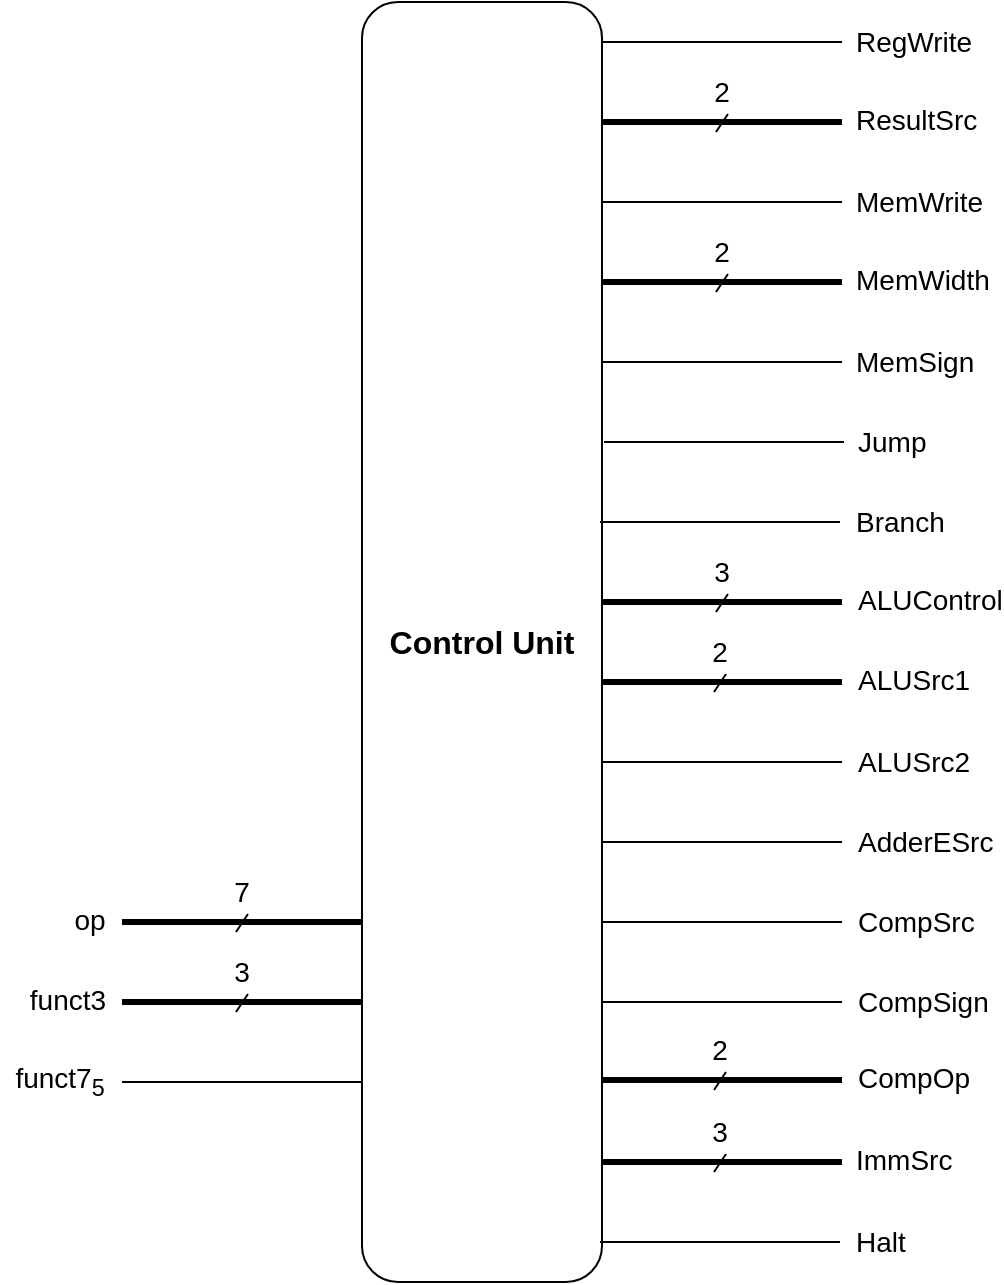
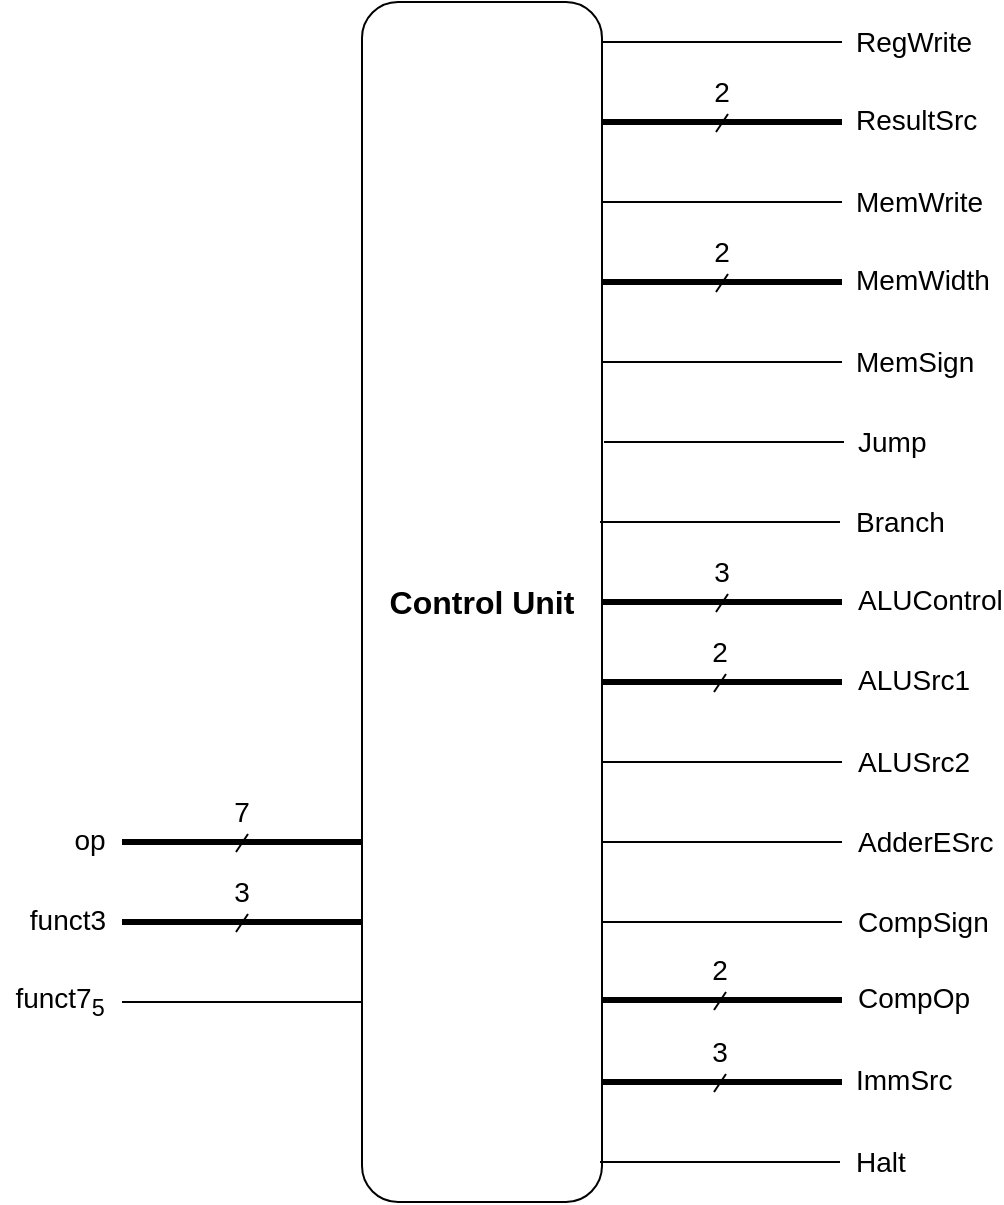
<mxfile host="app.diagrams.net">
  <diagram name="Page-1" id="-NnfKiJvbPKrT3zgwIyx">
-     <mxGraphModel dx="1178" dy="720" grid="1" gridSize="10" guides="1" tooltips="1" connect="1" arrows="1" fold="1" page="1" pageScale="1" pageWidth="850" pageHeight="1100" math="0" shadow="0">
+     <mxGraphModel dx="851" dy="520" grid="1" gridSize="10" guides="1" tooltips="1" connect="1" arrows="1" fold="1" page="1" pageScale="1" pageWidth="850" pageHeight="1100" math="0" shadow="0">
      <root>
        <mxCell id="0" />
        <mxCell id="1" parent="0" />
        <mxCell id="krjnHVCNeh8fbVdGnYjQ-1" parent="1" style="rounded=1;whiteSpace=wrap;html=1;" value="&lt;font style=&quot;font-size: 16px;&quot;&gt;&lt;b&gt;Control Unit&lt;/b&gt;&lt;/font&gt;" vertex="1">
-           <mxGeometry height="640" width="120" x="340" y="20" as="geometry" />
+           <mxGeometry height="600" width="120" x="340" y="60" as="geometry" />
        </mxCell>
        <mxCell id="krjnHVCNeh8fbVdGnYjQ-13" connectable="0" parent="1" style="group" value="" vertex="1">
          <mxGeometry height="44" width="140" x="170" y="450" as="geometry" />
        </mxCell>
        <mxCell id="krjnHVCNeh8fbVdGnYjQ-2" edge="1" parent="krjnHVCNeh8fbVdGnYjQ-13" style="endArrow=none;html=1;rounded=0;strokeWidth=3;" value="">
          <mxGeometry height="50" relative="1" width="50" as="geometry">
            <mxPoint x="50" y="30" as="sourcePoint" />
            <mxPoint x="170" y="30" as="targetPoint" />
          </mxGeometry>
        </mxCell>
        <mxCell id="krjnHVCNeh8fbVdGnYjQ-5" parent="krjnHVCNeh8fbVdGnYjQ-13" style="text;html=1;whiteSpace=wrap;strokeColor=none;fillColor=none;align=center;verticalAlign=middle;rounded=0;fontSize=14;" value="&lt;font&gt;op&lt;/font&gt;" vertex="1">
          <mxGeometry height="30" width="60" x="4" y="14" as="geometry" />
        </mxCell>
        <mxCell id="krjnHVCNeh8fbVdGnYjQ-7" parent="krjnHVCNeh8fbVdGnYjQ-13" style="text;html=1;whiteSpace=wrap;strokeColor=none;fillColor=none;align=center;verticalAlign=middle;rounded=0;" value="&lt;font style=&quot;font-size: 14px;&quot;&gt;7&lt;/font&gt;" vertex="1">
          <mxGeometry height="30" width="60" x="80" as="geometry" />
        </mxCell>
        <mxCell id="krjnHVCNeh8fbVdGnYjQ-10" edge="1" parent="krjnHVCNeh8fbVdGnYjQ-13" style="endArrow=none;html=1;rounded=0;strokeWidth=1;" value="">
          <mxGeometry height="50" relative="1" width="50" as="geometry">
            <mxPoint x="107" y="35" as="sourcePoint" />
            <mxPoint x="113" y="26" as="targetPoint" />
          </mxGeometry>
        </mxCell>
        <mxCell id="krjnHVCNeh8fbVdGnYjQ-14" connectable="0" parent="1" style="group" value="" vertex="1">
          <mxGeometry height="44" width="140" x="170" y="490" as="geometry" />
        </mxCell>
        <mxCell id="krjnHVCNeh8fbVdGnYjQ-15" edge="1" parent="krjnHVCNeh8fbVdGnYjQ-14" style="endArrow=none;html=1;rounded=0;strokeWidth=3;" value="">
          <mxGeometry height="50" relative="1" width="50" as="geometry">
            <mxPoint x="50" y="30" as="sourcePoint" />
            <mxPoint x="170" y="30" as="targetPoint" />
          </mxGeometry>
        </mxCell>
        <mxCell id="krjnHVCNeh8fbVdGnYjQ-16" parent="krjnHVCNeh8fbVdGnYjQ-14" style="text;html=1;whiteSpace=wrap;strokeColor=none;fillColor=none;align=center;verticalAlign=middle;rounded=0;fontSize=14;" value="&lt;font&gt;funct3&lt;/font&gt;" vertex="1">
          <mxGeometry height="30" width="60" x="-7" y="14" as="geometry" />
        </mxCell>
        <mxCell id="krjnHVCNeh8fbVdGnYjQ-17" parent="krjnHVCNeh8fbVdGnYjQ-14" style="text;html=1;whiteSpace=wrap;strokeColor=none;fillColor=none;align=center;verticalAlign=middle;rounded=0;" value="&lt;font style=&quot;font-size: 14px;&quot;&gt;3&lt;/font&gt;" vertex="1">
          <mxGeometry height="30" width="60" x="80" as="geometry" />
        </mxCell>
        <mxCell id="krjnHVCNeh8fbVdGnYjQ-18" edge="1" parent="krjnHVCNeh8fbVdGnYjQ-14" style="endArrow=none;html=1;rounded=0;strokeWidth=1;" value="">
          <mxGeometry height="50" relative="1" width="50" as="geometry">
            <mxPoint x="107" y="35" as="sourcePoint" />
            <mxPoint x="113" y="26" as="targetPoint" />
          </mxGeometry>
        </mxCell>
        <mxCell id="krjnHVCNeh8fbVdGnYjQ-19" connectable="0" parent="1" style="group" value="" vertex="1">
          <mxGeometry height="44" width="140" x="170" y="530" as="geometry" />
        </mxCell>
        <mxCell id="krjnHVCNeh8fbVdGnYjQ-20" edge="1" parent="krjnHVCNeh8fbVdGnYjQ-19" style="endArrow=none;html=1;rounded=0;strokeWidth=1;" value="">
          <mxGeometry height="50" relative="1" width="50" as="geometry">
            <mxPoint x="50" y="30" as="sourcePoint" />
            <mxPoint x="170" y="30" as="targetPoint" />
          </mxGeometry>
        </mxCell>
        <mxCell id="krjnHVCNeh8fbVdGnYjQ-21" parent="krjnHVCNeh8fbVdGnYjQ-19" style="text;html=1;whiteSpace=wrap;strokeColor=none;fillColor=none;align=center;verticalAlign=middle;rounded=0;fontSize=14;" value="&lt;font&gt;funct7&lt;sub&gt;5&lt;/sub&gt;&lt;/font&gt;" vertex="1">
          <mxGeometry height="30" width="60" x="-11" y="14" as="geometry" />
        </mxCell>
        <mxCell id="krjnHVCNeh8fbVdGnYjQ-29" parent="1" style="text;html=1;whiteSpace=wrap;strokeColor=none;fillColor=none;align=left;verticalAlign=middle;rounded=0;fontSize=14;" value="&lt;font&gt;ResultSrc&lt;/font&gt;" vertex="1">
-           <mxGeometry height="30" width="60" x="585" y="64" as="geometry" />
+           <mxGeometry height="30" width="60" x="585" y="104" as="geometry" />
        </mxCell>
        <mxCell id="krjnHVCNeh8fbVdGnYjQ-32" connectable="0" parent="1" style="group" value="" vertex="1">
-           <mxGeometry height="30" width="60" x="490" y="50" as="geometry" />
+           <mxGeometry height="30" width="60" x="490" y="90" as="geometry" />
        </mxCell>
        <mxCell id="krjnHVCNeh8fbVdGnYjQ-28" edge="1" parent="krjnHVCNeh8fbVdGnYjQ-32" style="endArrow=none;html=1;rounded=0;strokeWidth=3;" value="">
          <mxGeometry height="50" relative="1" width="50" as="geometry">
            <mxPoint x="-30" y="30" as="sourcePoint" />
            <mxPoint x="90" y="30" as="targetPoint" />
          </mxGeometry>
        </mxCell>
        <mxCell id="krjnHVCNeh8fbVdGnYjQ-30" parent="krjnHVCNeh8fbVdGnYjQ-32" style="text;html=1;whiteSpace=wrap;strokeColor=none;fillColor=none;align=center;verticalAlign=middle;rounded=0;" value="&lt;font style=&quot;font-size: 14px;&quot;&gt;2&lt;/font&gt;" vertex="1">
          <mxGeometry height="30" width="60" as="geometry" />
        </mxCell>
        <mxCell id="krjnHVCNeh8fbVdGnYjQ-31" edge="1" parent="krjnHVCNeh8fbVdGnYjQ-32" style="endArrow=none;html=1;rounded=0;strokeWidth=1;" value="">
          <mxGeometry height="50" relative="1" width="50" as="geometry">
            <mxPoint x="27" y="35" as="sourcePoint" />
            <mxPoint x="33" y="26" as="targetPoint" />
          </mxGeometry>
        </mxCell>
        <mxCell id="krjnHVCNeh8fbVdGnYjQ-34" connectable="0" parent="1" style="group" value="" vertex="1">
-           <mxGeometry height="30" width="60" x="586" y="25" as="geometry" />
+           <mxGeometry height="30" width="60" x="586" y="65" as="geometry" />
        </mxCell>
        <mxCell id="krjnHVCNeh8fbVdGnYjQ-25" edge="1" parent="krjnHVCNeh8fbVdGnYjQ-34" style="endArrow=none;html=1;rounded=0;strokeWidth=1;" value="">
          <mxGeometry height="50" relative="1" width="50" as="geometry">
            <mxPoint x="-126" y="15" as="sourcePoint" />
            <mxPoint x="-6" y="15" as="targetPoint" />
          </mxGeometry>
        </mxCell>
        <mxCell id="krjnHVCNeh8fbVdGnYjQ-26" parent="krjnHVCNeh8fbVdGnYjQ-34" style="text;html=1;whiteSpace=wrap;strokeColor=none;fillColor=none;align=center;verticalAlign=middle;rounded=0;fontSize=14;" value="RegWrite" vertex="1">
          <mxGeometry height="30" width="60" as="geometry" />
        </mxCell>
        <mxCell id="krjnHVCNeh8fbVdGnYjQ-35" connectable="0" parent="1" style="group;align=left;" value="" vertex="1">
-           <mxGeometry height="30" width="60" x="585" y="105" as="geometry" />
+           <mxGeometry height="30" width="60" x="585" y="145" as="geometry" />
        </mxCell>
        <mxCell id="krjnHVCNeh8fbVdGnYjQ-36" edge="1" parent="krjnHVCNeh8fbVdGnYjQ-35" style="endArrow=none;html=1;rounded=0;strokeWidth=1;" value="">
          <mxGeometry height="50" relative="1" width="50" as="geometry">
            <mxPoint x="-125" y="15" as="sourcePoint" />
            <mxPoint x="-5" y="15" as="targetPoint" />
          </mxGeometry>
        </mxCell>
        <mxCell id="krjnHVCNeh8fbVdGnYjQ-37" parent="krjnHVCNeh8fbVdGnYjQ-35" style="text;html=1;whiteSpace=wrap;strokeColor=none;fillColor=none;align=left;verticalAlign=middle;rounded=0;fontSize=14;" value="MemWrite" vertex="1">
          <mxGeometry height="30" width="60" as="geometry" />
        </mxCell>
        <mxCell id="krjnHVCNeh8fbVdGnYjQ-38" connectable="0" parent="1" style="group;align=left;" value="" vertex="1">
-           <mxGeometry height="30" width="60" x="587" y="225" as="geometry" />
+           <mxGeometry height="30" width="60" x="587" y="265" as="geometry" />
        </mxCell>
        <mxCell id="krjnHVCNeh8fbVdGnYjQ-39" edge="1" parent="krjnHVCNeh8fbVdGnYjQ-38" style="endArrow=none;html=1;rounded=0;strokeWidth=1;" value="">
          <mxGeometry height="50" relative="1" width="50" as="geometry">
            <mxPoint x="-126" y="15" as="sourcePoint" />
            <mxPoint x="-6" y="15" as="targetPoint" />
          </mxGeometry>
        </mxCell>
        <mxCell id="krjnHVCNeh8fbVdGnYjQ-40" parent="krjnHVCNeh8fbVdGnYjQ-38" style="text;html=1;whiteSpace=wrap;strokeColor=none;fillColor=none;align=left;verticalAlign=middle;rounded=0;fontSize=14;" value="Jump" vertex="1">
          <mxGeometry height="30" width="60" x="-1" as="geometry" />
        </mxCell>
        <mxCell id="krjnHVCNeh8fbVdGnYjQ-41" connectable="0" parent="1" style="group;align=left;" value="" vertex="1">
-           <mxGeometry height="30" width="60" x="585" y="265" as="geometry" />
+           <mxGeometry height="30" width="60" x="585" y="305" as="geometry" />
        </mxCell>
        <mxCell id="krjnHVCNeh8fbVdGnYjQ-42" edge="1" parent="krjnHVCNeh8fbVdGnYjQ-41" style="endArrow=none;html=1;rounded=0;strokeWidth=1;" value="">
          <mxGeometry height="50" relative="1" width="50" as="geometry">
            <mxPoint x="-126" y="15" as="sourcePoint" />
            <mxPoint x="-6" y="15" as="targetPoint" />
          </mxGeometry>
        </mxCell>
        <mxCell id="krjnHVCNeh8fbVdGnYjQ-43" parent="krjnHVCNeh8fbVdGnYjQ-41" style="text;html=1;whiteSpace=wrap;strokeColor=none;fillColor=none;align=left;verticalAlign=middle;rounded=0;fontSize=14;" value="Branch" vertex="1">
          <mxGeometry height="30" width="60" as="geometry" />
        </mxCell>
        <mxCell id="krjnHVCNeh8fbVdGnYjQ-47" parent="1" style="text;html=1;whiteSpace=wrap;strokeColor=none;fillColor=none;align=left;verticalAlign=middle;rounded=0;fontSize=14;" value="&lt;font&gt;ALUControl&lt;/font&gt;" vertex="1">
-           <mxGeometry height="30" width="60" x="586" y="304" as="geometry" />
+           <mxGeometry height="30" width="60" x="586" y="344" as="geometry" />
        </mxCell>
        <mxCell id="krjnHVCNeh8fbVdGnYjQ-48" connectable="0" parent="1" style="group" value="" vertex="1">
-           <mxGeometry height="30" width="60" x="490" y="290" as="geometry" />
+           <mxGeometry height="30" width="60" x="490" y="330" as="geometry" />
        </mxCell>
        <mxCell id="krjnHVCNeh8fbVdGnYjQ-49" edge="1" parent="krjnHVCNeh8fbVdGnYjQ-48" style="endArrow=none;html=1;rounded=0;strokeWidth=3;" value="">
          <mxGeometry height="50" relative="1" width="50" as="geometry">
            <mxPoint x="-30" y="30" as="sourcePoint" />
            <mxPoint x="90" y="30" as="targetPoint" />
          </mxGeometry>
        </mxCell>
        <mxCell id="krjnHVCNeh8fbVdGnYjQ-50" parent="krjnHVCNeh8fbVdGnYjQ-48" style="text;html=1;whiteSpace=wrap;strokeColor=none;fillColor=none;align=center;verticalAlign=middle;rounded=0;" value="&lt;font style=&quot;font-size: 14px;&quot;&gt;3&lt;/font&gt;" vertex="1">
          <mxGeometry height="30" width="60" as="geometry" />
        </mxCell>
        <mxCell id="krjnHVCNeh8fbVdGnYjQ-51" edge="1" parent="krjnHVCNeh8fbVdGnYjQ-48" style="endArrow=none;html=1;rounded=0;strokeWidth=1;" value="">
          <mxGeometry height="50" relative="1" width="50" as="geometry">
            <mxPoint x="27" y="35" as="sourcePoint" />
            <mxPoint x="33" y="26" as="targetPoint" />
          </mxGeometry>
        </mxCell>
        <mxCell id="krjnHVCNeh8fbVdGnYjQ-55" connectable="0" parent="1" style="group;align=left;" value="" vertex="1">
-           <mxGeometry height="30" width="60" x="586" y="385" as="geometry" />
+           <mxGeometry height="30" width="60" x="586" y="425" as="geometry" />
        </mxCell>
        <mxCell id="krjnHVCNeh8fbVdGnYjQ-56" edge="1" parent="krjnHVCNeh8fbVdGnYjQ-55" style="endArrow=none;html=1;rounded=0;strokeWidth=1;" value="">
          <mxGeometry height="50" relative="1" width="50" as="geometry">
            <mxPoint x="-126" y="15" as="sourcePoint" />
            <mxPoint x="-6" y="15" as="targetPoint" />
          </mxGeometry>
        </mxCell>
        <mxCell id="krjnHVCNeh8fbVdGnYjQ-57" parent="krjnHVCNeh8fbVdGnYjQ-55" style="text;html=1;whiteSpace=wrap;strokeColor=none;fillColor=none;align=left;verticalAlign=middle;rounded=0;fontSize=14;" value="ALUSrc2" vertex="1">
          <mxGeometry height="30" width="60" as="geometry" />
        </mxCell>
        <mxCell id="krjnHVCNeh8fbVdGnYjQ-61" parent="1" style="text;html=1;whiteSpace=wrap;strokeColor=none;fillColor=none;align=left;verticalAlign=middle;rounded=0;fontSize=14;" value="&lt;font&gt;ImmSrc&lt;/font&gt;" vertex="1">
          <mxGeometry height="30" width="60" x="585" y="584" as="geometry" />
        </mxCell>
        <mxCell id="krjnHVCNeh8fbVdGnYjQ-62" connectable="0" parent="1" style="group" value="" vertex="1">
          <mxGeometry height="30" width="60" x="489" y="570" as="geometry" />
        </mxCell>
        <mxCell id="krjnHVCNeh8fbVdGnYjQ-63" edge="1" parent="krjnHVCNeh8fbVdGnYjQ-62" style="endArrow=none;html=1;rounded=0;strokeWidth=3;" value="">
          <mxGeometry height="50" relative="1" width="50" as="geometry">
            <mxPoint x="-29" y="30" as="sourcePoint" />
            <mxPoint x="91" y="30" as="targetPoint" />
          </mxGeometry>
        </mxCell>
        <mxCell id="krjnHVCNeh8fbVdGnYjQ-64" parent="krjnHVCNeh8fbVdGnYjQ-62" style="text;html=1;whiteSpace=wrap;strokeColor=none;fillColor=none;align=center;verticalAlign=middle;rounded=0;" value="&lt;font style=&quot;font-size: 14px;&quot;&gt;3&lt;/font&gt;" vertex="1">
          <mxGeometry height="30" width="60" as="geometry" />
        </mxCell>
        <mxCell id="krjnHVCNeh8fbVdGnYjQ-65" edge="1" parent="krjnHVCNeh8fbVdGnYjQ-62" style="endArrow=none;html=1;rounded=0;strokeWidth=1;" value="">
          <mxGeometry height="50" relative="1" width="50" as="geometry">
            <mxPoint x="27" y="35" as="sourcePoint" />
            <mxPoint x="33" y="26" as="targetPoint" />
          </mxGeometry>
        </mxCell>
        <mxCell id="krjnHVCNeh8fbVdGnYjQ-70" parent="1" style="text;html=1;whiteSpace=wrap;strokeColor=none;fillColor=none;align=left;verticalAlign=middle;rounded=0;fontSize=14;" value="&lt;font&gt;ALUSrc1&lt;/font&gt;" vertex="1">
-           <mxGeometry height="30" width="60" x="586" y="344" as="geometry" />
+           <mxGeometry height="30" width="60" x="586" y="384" as="geometry" />
        </mxCell>
        <mxCell id="krjnHVCNeh8fbVdGnYjQ-71" edge="1" parent="1" style="endArrow=none;html=1;rounded=0;strokeWidth=3;" value="">
          <mxGeometry height="50" relative="1" width="50" as="geometry">
-             <mxPoint x="460" y="360" as="sourcePoint" />
-             <mxPoint x="580" y="360" as="targetPoint" />
+             <mxPoint x="460" y="400" as="sourcePoint" />
+             <mxPoint x="580" y="400" as="targetPoint" />
          </mxGeometry>
        </mxCell>
        <mxCell id="krjnHVCNeh8fbVdGnYjQ-72" parent="1" style="text;html=1;whiteSpace=wrap;strokeColor=none;fillColor=none;align=center;verticalAlign=middle;rounded=0;" value="&lt;font style=&quot;font-size: 14px;&quot;&gt;2&lt;/font&gt;" vertex="1">
-           <mxGeometry height="30" width="60" x="489" y="330" as="geometry" />
+           <mxGeometry height="30" width="60" x="489" y="370" as="geometry" />
        </mxCell>
        <mxCell id="krjnHVCNeh8fbVdGnYjQ-73" edge="1" parent="1" style="endArrow=none;html=1;rounded=0;strokeWidth=1;" value="">
          <mxGeometry height="50" relative="1" width="50" as="geometry">
-             <mxPoint x="516" y="365" as="sourcePoint" />
-             <mxPoint x="522" y="356" as="targetPoint" />
+             <mxPoint x="516" y="405" as="sourcePoint" />
+             <mxPoint x="522" y="396" as="targetPoint" />
          </mxGeometry>
        </mxCell>
        <mxCell id="krjnHVCNeh8fbVdGnYjQ-74" parent="1" style="text;html=1;whiteSpace=wrap;strokeColor=none;fillColor=none;align=left;verticalAlign=middle;rounded=0;fontSize=14;" value="&lt;font&gt;MemWidth&lt;/font&gt;" vertex="1">
-           <mxGeometry height="30" width="60" x="585" y="144" as="geometry" />
+           <mxGeometry height="30" width="60" x="585" y="184" as="geometry" />
        </mxCell>
        <mxCell id="krjnHVCNeh8fbVdGnYjQ-75" edge="1" parent="1" style="endArrow=none;html=1;rounded=0;strokeWidth=3;" value="">
-           <mxGeometry height="50" relative="1" width="50" as="geometry">
-             <mxPoint x="460" y="160" as="sourcePoint" />
-             <mxPoint x="580" y="160" as="targetPoint" />
-           </mxGeometry>
-         </mxCell>
-         <mxCell id="krjnHVCNeh8fbVdGnYjQ-76" parent="1" style="text;html=1;whiteSpace=wrap;strokeColor=none;fillColor=none;align=center;verticalAlign=middle;rounded=0;" value="&lt;font style=&quot;font-size: 14px;&quot;&gt;2&lt;/font&gt;" vertex="1">
-           <mxGeometry height="30" width="60" x="490" y="130" as="geometry" />
-         </mxCell>
-         <mxCell id="krjnHVCNeh8fbVdGnYjQ-77" edge="1" parent="1" style="endArrow=none;html=1;rounded=0;strokeWidth=1;" value="">
-           <mxGeometry height="50" relative="1" width="50" as="geometry">
-             <mxPoint x="517" y="165" as="sourcePoint" />
-             <mxPoint x="523" y="156" as="targetPoint" />
-           </mxGeometry>
-         </mxCell>
-         <mxCell id="krjnHVCNeh8fbVdGnYjQ-78" edge="1" parent="1" style="endArrow=none;html=1;rounded=0;strokeWidth=1;" value="">
          <mxGeometry height="50" relative="1" width="50" as="geometry">
            <mxPoint x="460" y="200" as="sourcePoint" />
            <mxPoint x="580" y="200" as="targetPoint" />
          </mxGeometry>
        </mxCell>
+         <mxCell id="krjnHVCNeh8fbVdGnYjQ-76" parent="1" style="text;html=1;whiteSpace=wrap;strokeColor=none;fillColor=none;align=center;verticalAlign=middle;rounded=0;" value="&lt;font style=&quot;font-size: 14px;&quot;&gt;2&lt;/font&gt;" vertex="1">
+           <mxGeometry height="30" width="60" x="490" y="170" as="geometry" />
+         </mxCell>
+         <mxCell id="krjnHVCNeh8fbVdGnYjQ-77" edge="1" parent="1" style="endArrow=none;html=1;rounded=0;strokeWidth=1;" value="">
+           <mxGeometry height="50" relative="1" width="50" as="geometry">
+             <mxPoint x="517" y="205" as="sourcePoint" />
+             <mxPoint x="523" y="196" as="targetPoint" />
+           </mxGeometry>
+         </mxCell>
+         <mxCell id="krjnHVCNeh8fbVdGnYjQ-78" edge="1" parent="1" style="endArrow=none;html=1;rounded=0;strokeWidth=1;" value="">
+           <mxGeometry height="50" relative="1" width="50" as="geometry">
+             <mxPoint x="460" y="240" as="sourcePoint" />
+             <mxPoint x="580" y="240" as="targetPoint" />
+           </mxGeometry>
+         </mxCell>
        <mxCell id="krjnHVCNeh8fbVdGnYjQ-79" parent="1" style="text;html=1;whiteSpace=wrap;strokeColor=none;fillColor=none;align=left;verticalAlign=middle;rounded=0;fontSize=14;" value="MemSign" vertex="1">
-           <mxGeometry height="30" width="60" x="585" y="185" as="geometry" />
+           <mxGeometry height="30" width="60" x="585" y="225" as="geometry" />
        </mxCell>
        <mxCell id="fiZJFAmGPDKiaymbVv1n-1" connectable="0" parent="1" style="group;align=left;" value="" vertex="1">
-           <mxGeometry height="30" width="60" x="586" y="425" as="geometry" />
+           <mxGeometry height="30" width="60" x="586" y="465" as="geometry" />
        </mxCell>
        <mxCell id="fiZJFAmGPDKiaymbVv1n-2" edge="1" parent="fiZJFAmGPDKiaymbVv1n-1" style="endArrow=none;html=1;rounded=0;strokeWidth=1;" value="">
          <mxGeometry height="50" relative="1" width="50" as="geometry">
            <mxPoint x="-126" y="15" as="sourcePoint" />
            <mxPoint x="-6" y="15" as="targetPoint" />
          </mxGeometry>
        </mxCell>
        <mxCell id="fiZJFAmGPDKiaymbVv1n-3" parent="fiZJFAmGPDKiaymbVv1n-1" style="text;html=1;whiteSpace=wrap;strokeColor=none;fillColor=none;align=left;verticalAlign=middle;rounded=0;fontSize=14;" value="AdderESrc" vertex="1">
          <mxGeometry height="30" width="60" as="geometry" />
        </mxCell>
        <mxCell id="vTUdIyTPz3g3sQlm9xod-1" connectable="0" parent="1" style="group;align=left;" value="" vertex="1">
          <mxGeometry height="30" width="60" x="585" y="625" as="geometry" />
        </mxCell>
        <mxCell id="vTUdIyTPz3g3sQlm9xod-2" edge="1" parent="vTUdIyTPz3g3sQlm9xod-1" style="endArrow=none;html=1;rounded=0;strokeWidth=1;" value="">
          <mxGeometry height="50" relative="1" width="50" as="geometry">
            <mxPoint x="-126" y="15" as="sourcePoint" />
            <mxPoint x="-6" y="15" as="targetPoint" />
          </mxGeometry>
        </mxCell>
        <mxCell id="vTUdIyTPz3g3sQlm9xod-3" parent="vTUdIyTPz3g3sQlm9xod-1" style="text;html=1;whiteSpace=wrap;strokeColor=none;fillColor=none;align=left;verticalAlign=middle;rounded=0;fontSize=14;" value="Halt" vertex="1">
-           <mxGeometry height="30" width="60" as="geometry" />
-         </mxCell>
-         <mxCell id="-e7j5YkJrqYTkYXbEAWm-1" connectable="0" parent="1" style="group;align=left;" value="" vertex="1">
-           <mxGeometry height="30" width="60" x="586" y="465" as="geometry" />
-         </mxCell>
-         <mxCell id="-e7j5YkJrqYTkYXbEAWm-2" edge="1" parent="-e7j5YkJrqYTkYXbEAWm-1" style="endArrow=none;html=1;rounded=0;strokeWidth=1;" value="">
-           <mxGeometry height="50" relative="1" width="50" as="geometry">
-             <mxPoint x="-126" y="15" as="sourcePoint" />
-             <mxPoint x="-6" y="15" as="targetPoint" />
-           </mxGeometry>
-         </mxCell>
-         <mxCell id="-e7j5YkJrqYTkYXbEAWm-3" parent="-e7j5YkJrqYTkYXbEAWm-1" style="text;html=1;whiteSpace=wrap;strokeColor=none;fillColor=none;align=left;verticalAlign=middle;rounded=0;fontSize=14;" value="CompSrc" vertex="1">
          <mxGeometry height="30" width="60" as="geometry" />
        </mxCell>
        <mxCell id="-e7j5YkJrqYTkYXbEAWm-4" connectable="0" parent="1" style="group;align=left;" value="" vertex="1">
          <mxGeometry height="30" width="60" x="586" y="505" as="geometry" />
        </mxCell>
        <mxCell id="-e7j5YkJrqYTkYXbEAWm-5" edge="1" parent="-e7j5YkJrqYTkYXbEAWm-4" style="endArrow=none;html=1;rounded=0;strokeWidth=1;" value="">
          <mxGeometry height="50" relative="1" width="50" as="geometry">
            <mxPoint x="-126" y="15" as="sourcePoint" />
            <mxPoint x="-6" y="15" as="targetPoint" />
          </mxGeometry>
        </mxCell>
        <mxCell id="-e7j5YkJrqYTkYXbEAWm-6" parent="-e7j5YkJrqYTkYXbEAWm-4" style="text;html=1;whiteSpace=wrap;strokeColor=none;fillColor=none;align=left;verticalAlign=middle;rounded=0;fontSize=14;" value="CompSign" vertex="1">
          <mxGeometry height="30" width="60" as="geometry" />
        </mxCell>
        <mxCell id="-e7j5YkJrqYTkYXbEAWm-7" parent="1" style="text;html=1;whiteSpace=wrap;strokeColor=none;fillColor=none;align=left;verticalAlign=middle;rounded=0;fontSize=14;" value="&lt;font&gt;CompOp&lt;/font&gt;" vertex="1">
          <mxGeometry height="30" width="60" x="586" y="543" as="geometry" />
        </mxCell>
        <mxCell id="-e7j5YkJrqYTkYXbEAWm-8" edge="1" parent="1" style="endArrow=none;html=1;rounded=0;strokeWidth=3;" value="">
          <mxGeometry height="50" relative="1" width="50" as="geometry">
            <mxPoint x="460" y="559" as="sourcePoint" />
            <mxPoint x="580" y="559" as="targetPoint" />
          </mxGeometry>
        </mxCell>
        <mxCell id="-e7j5YkJrqYTkYXbEAWm-9" parent="1" style="text;html=1;whiteSpace=wrap;strokeColor=none;fillColor=none;align=center;verticalAlign=middle;rounded=0;" value="&lt;font style=&quot;font-size: 14px;&quot;&gt;2&lt;/font&gt;" vertex="1">
          <mxGeometry height="30" width="60" x="489" y="529" as="geometry" />
        </mxCell>
        <mxCell id="-e7j5YkJrqYTkYXbEAWm-10" edge="1" parent="1" style="endArrow=none;html=1;rounded=0;strokeWidth=1;" value="">
          <mxGeometry height="50" relative="1" width="50" as="geometry">
            <mxPoint x="516" y="564" as="sourcePoint" />
            <mxPoint x="522" y="555" as="targetPoint" />
          </mxGeometry>
        </mxCell>
      </root>
    </mxGraphModel>
  </diagram>
</mxfile>
